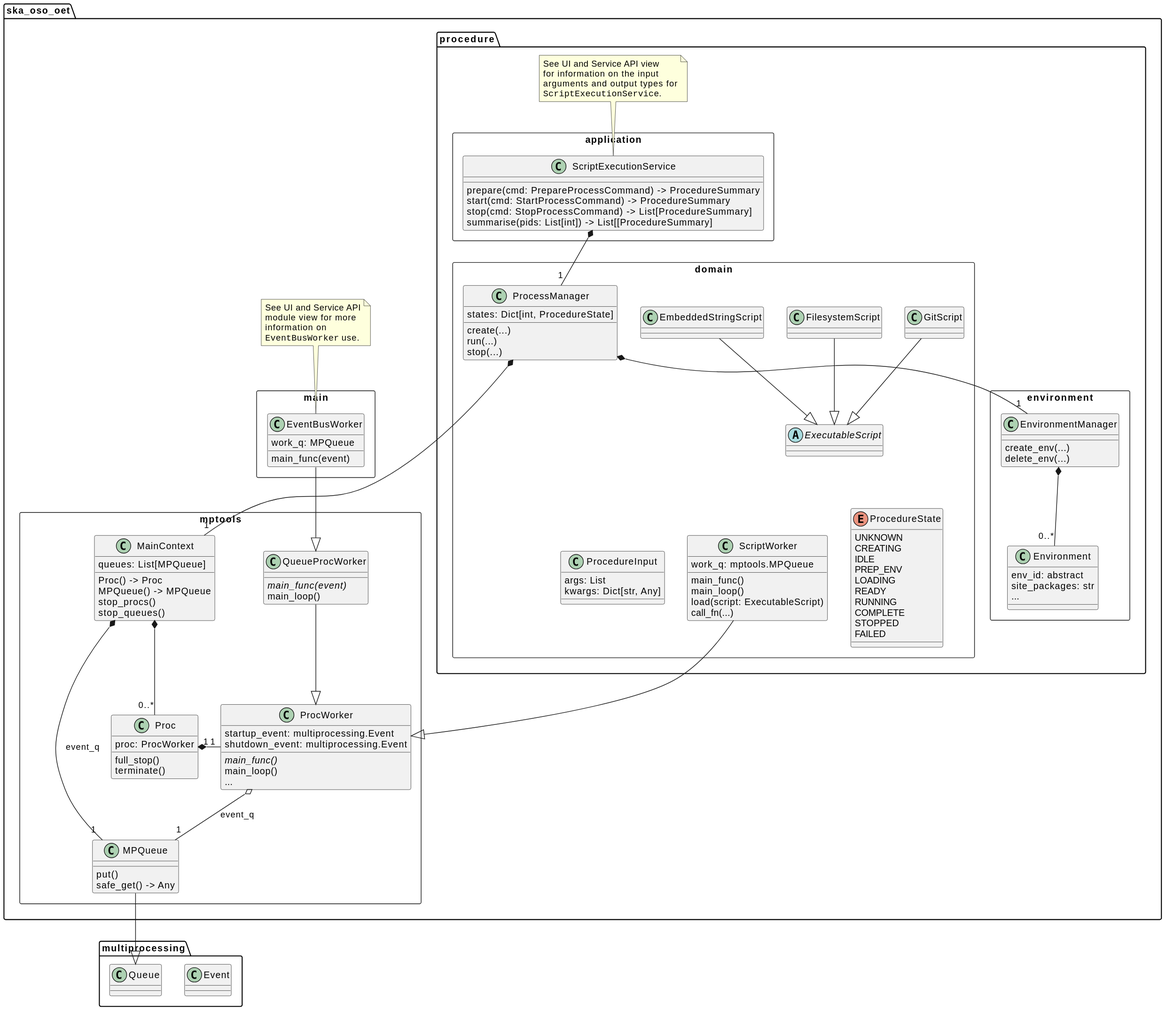
The PlantUML diagram docs/src/diagrams/export/backend_module_script_execution_primary.svg in ska-telescope/observation-execution-tool, before a commit.
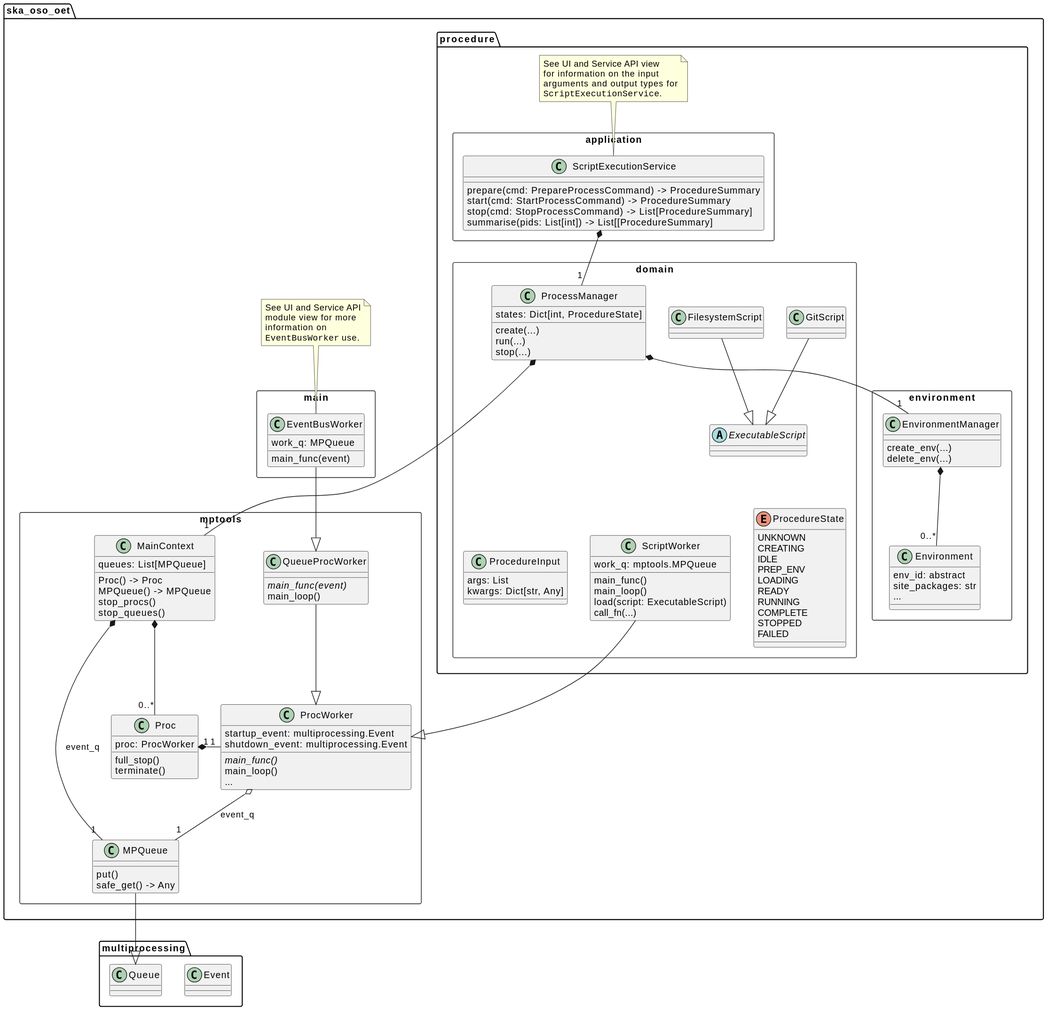
The same file after the commit.

What changed in the source:
```diff
@@ -103,10 +103,8 @@
             abstract class ExecutableScript
             class GitScript
             class FilesystemScript
-            class EmbeddedStringScript
             GitScript --|> ExecutableScript
             FilesystemScript --|> ExecutableScript
-            EmbeddedStringScript --|> ExecutableScript
 
             enum ProcedureState {
                 UNKNOWN
```
